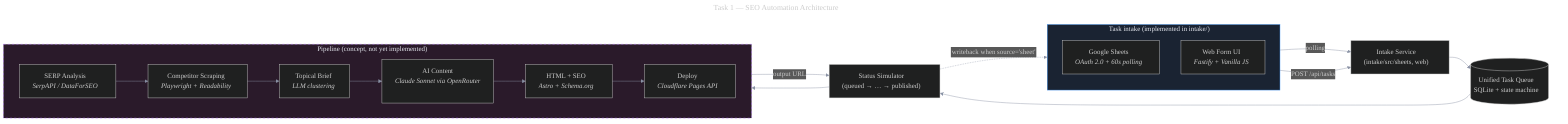
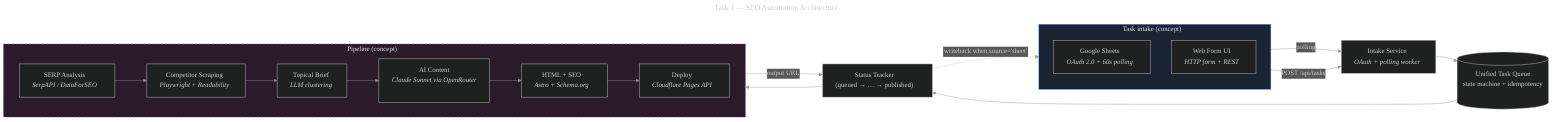
---
title: Task 1 — SEO Automation Architecture
config:
  theme: dark
  themeVariables:
    primaryColor: '#1a2332'
    primaryTextColor: '#e4e7ee'
    primaryBorderColor: '#4ea1ff'
    lineColor: '#8b93a5'
    secondaryColor: '#2a1a2a'
    tertiaryColor: '#181b22'
    background: '#0f1115'
    fontFamily: 'Inter, -apple-system, sans-serif'
---
flowchart LR
-     subgraph SOURCES["Task intake (implemented in intake/)"]
+     subgraph SOURCES["Task intake (concept)"]
      direction TB
      S1["Google Sheets<br/><i>OAuth 2.0 + 60s polling</i>"]
-       S2["Web Form UI<br/><i>Fastify + Vanilla JS</i>"]
+       S2["Web Form UI<br/><i>HTTP form + REST</i>"]
    end

-     I["Intake Service<br/>(intake/src/sheets, web)"]
-     Q[("Unified Task Queue<br/>SQLite + state machine")]
-     SIM["Status Simulator<br/>(queued → … → published)"]
+     I["Intake Service<br/><i>OAuth + polling worker</i>"]
+     Q[("Unified Task Queue<br/>state machine + idempotency")]
+     SIM["Status Tracker<br/>(queued → … → published)"]

-     subgraph PIPE["Pipeline (concept, not yet implemented)"]
+     subgraph PIPE["Pipeline (concept)"]
      direction LR
      P1["SERP Analysis<br/><i>SerpAPI / DataForSEO</i>"]
      P2["Competitor Scraping<br/><i>Playwright + Readability</i>"]
      P3["Topical Brief<br/><i>LLM clustering</i>"]
      P4["AI Content<br/><i>Claude Sonnet via OpenRouter</i>"]
      P5["HTML + SEO<br/><i>Astro + Schema.org</i>"]
      P6["Deploy<br/><i>Cloudflare Pages API</i>"]
      P1 --> P2 --> P3 --> P4 --> P5 --> P6
    end

    S1 -->|"polling"| I
    S2 -->|"POST /api/tasks"| I
    I --> Q
    Q --> SIM
    SIM -.->|"writeback when source='sheet'"| S1
    SIM ---> PIPE
    PIPE -->|"output URL"| SIM

    style SOURCES fill:#1a2332,stroke:#4ea1ff,color:#e4e7ee
    style PIPE fill:#2a1a2a,stroke:#b06bff,color:#e4e7ee,stroke-dasharray: 5 5
